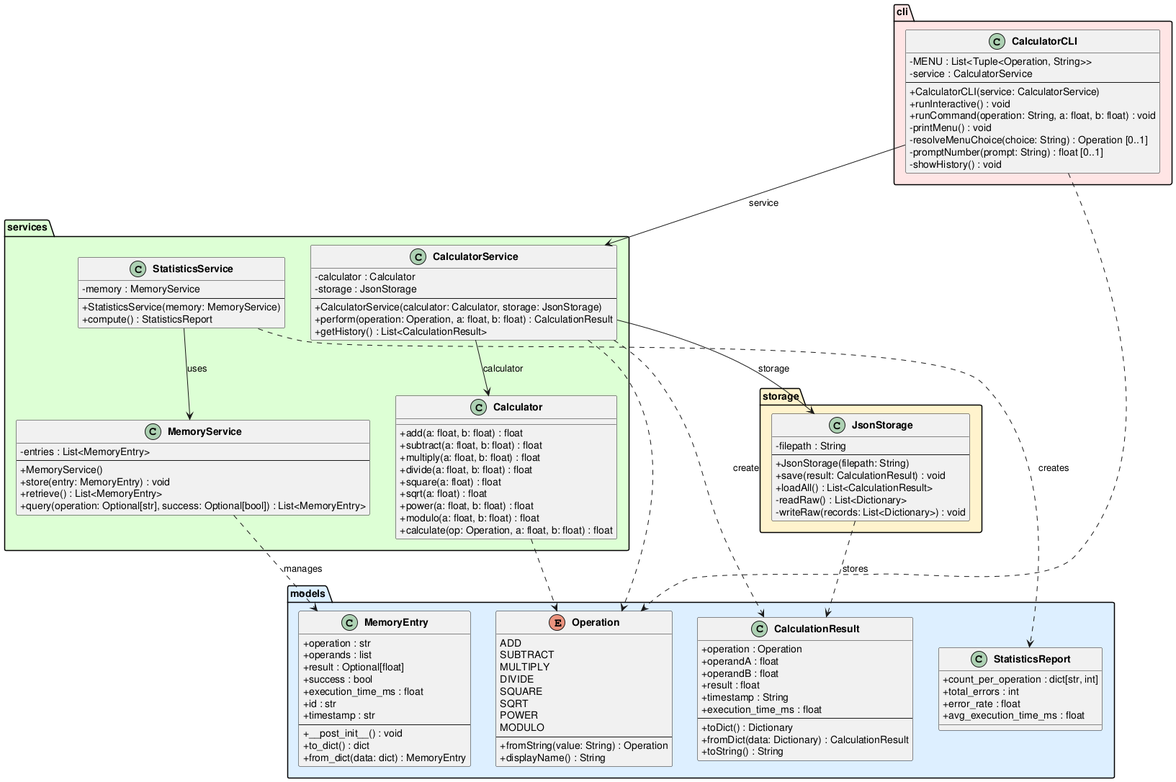
The PlantUML diagram experiments/supervisor_as_tools/test_driven/calculator/artifacts/class_diagram.png in DanielRiha8906/Software_autoevolution_using_agents, before a commit.
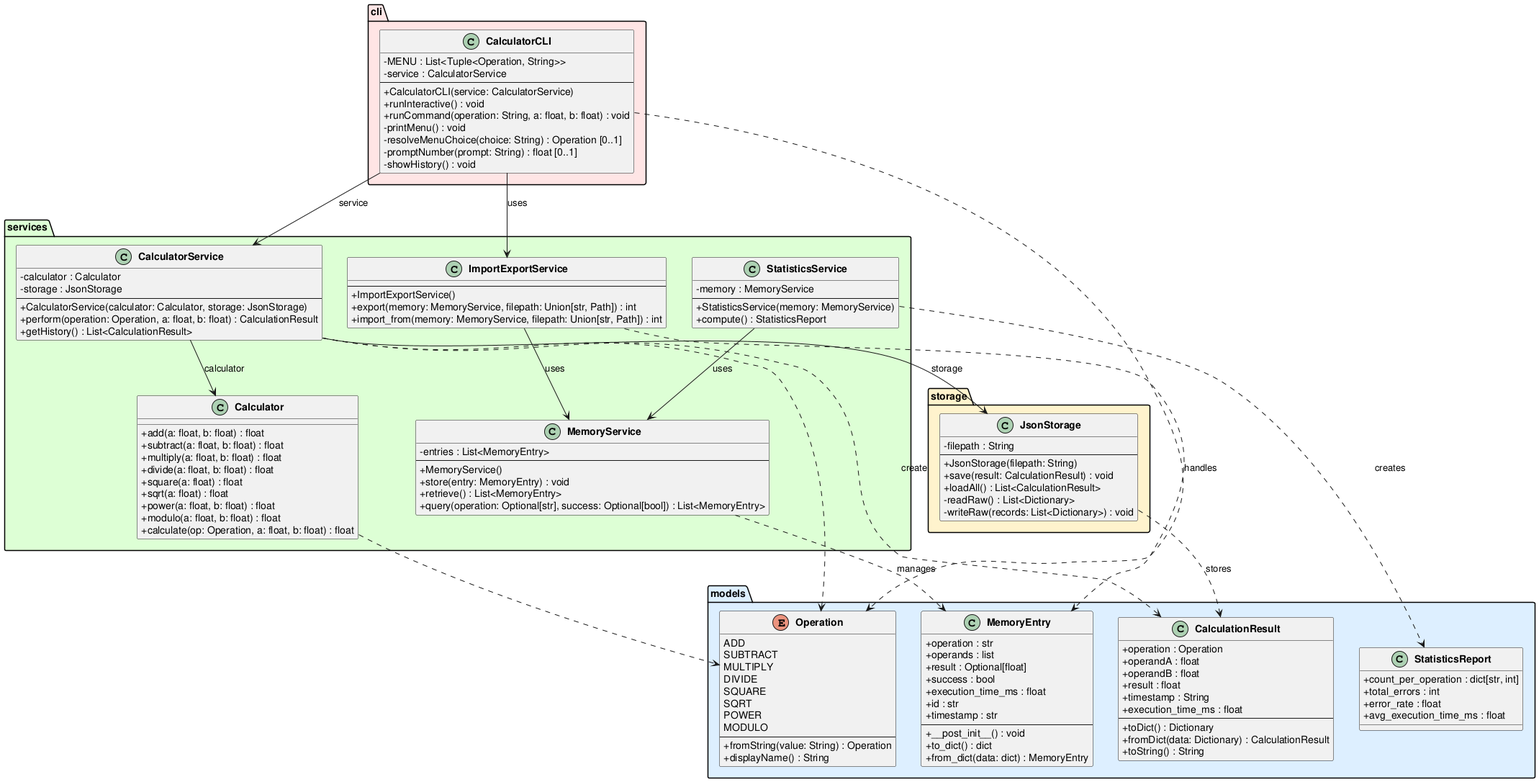
After the commit.

What changed in the source:
```diff
@@ -90,6 +90,13 @@
         +StatisticsService(memory: MemoryService)
         +compute() : StatisticsReport
     }
+
+    class ImportExportService {
+        --
+        +ImportExportService()
+        +export(memory: MemoryService, filepath: Union[str, Path]) : int
+        +import_from(memory: MemoryService, filepath: Union[str, Path]) : int
+    }
 }
 
 package "storage" #FFF3CC {
@@ -120,9 +127,11 @@
 }
 
 CalculatorCLI --> CalculatorService : service
+CalculatorCLI --> ImportExportService : uses
 CalculatorService --> Calculator : calculator
 CalculatorService --> JsonStorage : storage
 StatisticsService --> MemoryService : uses
+ImportExportService --> MemoryService : uses
 
 CalculatorService ..> CalculationResult : create
 CalculatorService ..> Operation
@@ -131,5 +140,6 @@
 JsonStorage ..> CalculationResult : stores
 MemoryService ..> MemoryEntry : manages
 StatisticsService ..> StatisticsReport : creates
+ImportExportService ..> MemoryEntry : handles
 
 @enduml
```
